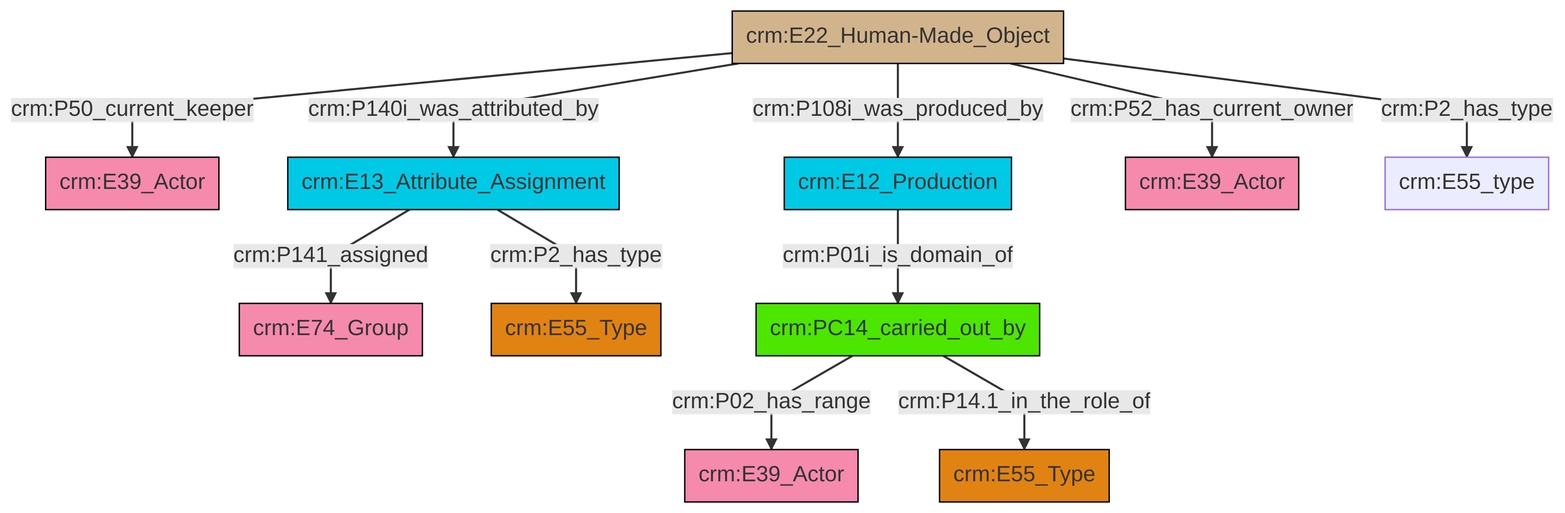
Above: et/artworkCSV/ttl/mmd/png/Artwork_Actor_Relations.png in swiss-art-research-net/docs.swissartresearch (Mermaid), before the change. Its source is kept beside it as et/artworkCSV/ttl/mmd/Artwork_Actor_Relations.ttl.mmd.
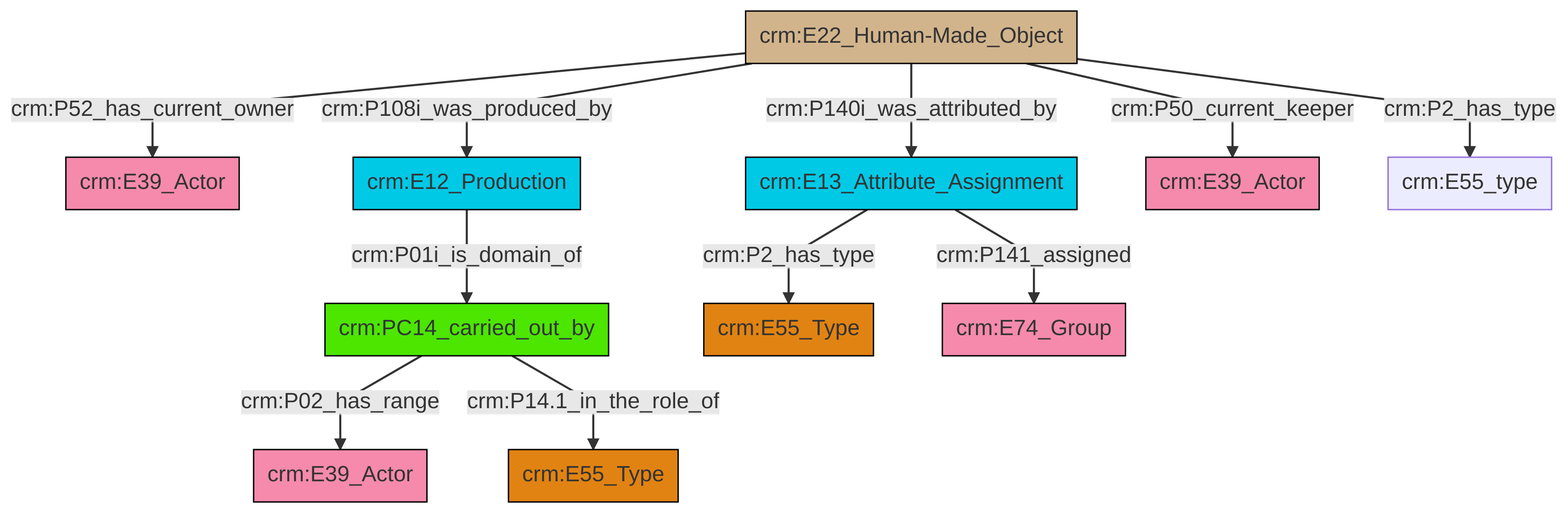
Later version of the same file.

Diff of the diagram source:
```diff
@@ -13,13 +13,13 @@
 classDef PC_Classes fill:#4ce600, stroke:#000000;
 classDef Multi fill:#cccccc,stroke:#000000;
 
-0["crm:E22_Human-Made_Object"]:::Physical_Thing -->|crm:P50_current_keeper| 1["crm:E39_Actor"]:::Actor
-11["crm:E12_Production"]:::Temporal_Entity -->|crm:P01i_is_domain_of| 6["crm:PC14_carried_out_by"]:::PC_Classes
-12["crm:E13_Attribute_Assignment"]:::Temporal_Entity -->|crm:P2_has_type| 4["crm:E55_Type"]:::Type
-0["crm:E22_Human-Made_Object"]:::Physical_Thing -->|crm:P140i_was_attributed_by| 12["crm:E13_Attribute_Assignment"]:::Temporal_Entity
-0["crm:E22_Human-Made_Object"]:::Physical_Thing -->|crm:P108i_was_produced_by| 11["crm:E12_Production"]:::Temporal_Entity
-6["crm:PC14_carried_out_by"]:::PC_Classes -->|crm:P02_has_range| 9["crm:E39_Actor"]:::Actor
-0["crm:E22_Human-Made_Object"]:::Physical_Thing -->|crm:P52_has_current_owner| 14["crm:E39_Actor"]:::Actor
-12["crm:E13_Attribute_Assignment"]:::Temporal_Entity -->|crm:P141_assigned| 2["crm:E74_Group"]:::Actor
-6["crm:PC14_carried_out_by"]:::PC_Classes -->|crm:P14.1_in_the_role_of| 20["crm:E55_Type"]:::Type
-0["crm:E22_Human-Made_Object"]:::Physical_Thing -->|crm:P2_has_type| 16["crm:E55_type"]:::Default
+2["crm:PC14_carried_out_by"]:::PC_Classes -->|crm:P02_has_range| 3["crm:E39_Actor"]:::Actor
+4["crm:E22_Human-Made_Object"]:::Physical_Thing -->|crm:P140i_was_attributed_by| 5["crm:E13_Attribute_Assignment"]:::Temporal_Entity
+2["crm:PC14_carried_out_by"]:::PC_Classes -->|crm:P14.1_in_the_role_of| 6["crm:E55_Type"]:::Type
+7["crm:E12_Production"]:::Temporal_Entity -->|crm:P01i_is_domain_of| 2["crm:PC14_carried_out_by"]:::PC_Classes
+4["crm:E22_Human-Made_Object"]:::Physical_Thing -->|crm:P50_current_keeper| 10["crm:E39_Actor"]:::Actor
+5["crm:E13_Attribute_Assignment"]:::Temporal_Entity -->|crm:P141_assigned| 12["crm:E74_Group"]:::Actor
+4["crm:E22_Human-Made_Object"]:::Physical_Thing -->|crm:P52_has_current_owner| 0["crm:E39_Actor"]:::Actor
+4["crm:E22_Human-Made_Object"]:::Physical_Thing -->|crm:P108i_was_produced_by| 7["crm:E12_Production"]:::Temporal_Entity
+4["crm:E22_Human-Made_Object"]:::Physical_Thing -->|crm:P2_has_type| 19["crm:E55_type"]:::Default
+5["crm:E13_Attribute_Assignment"]:::Temporal_Entity -->|crm:P2_has_type| 8["crm:E55_Type"]:::Type
```
